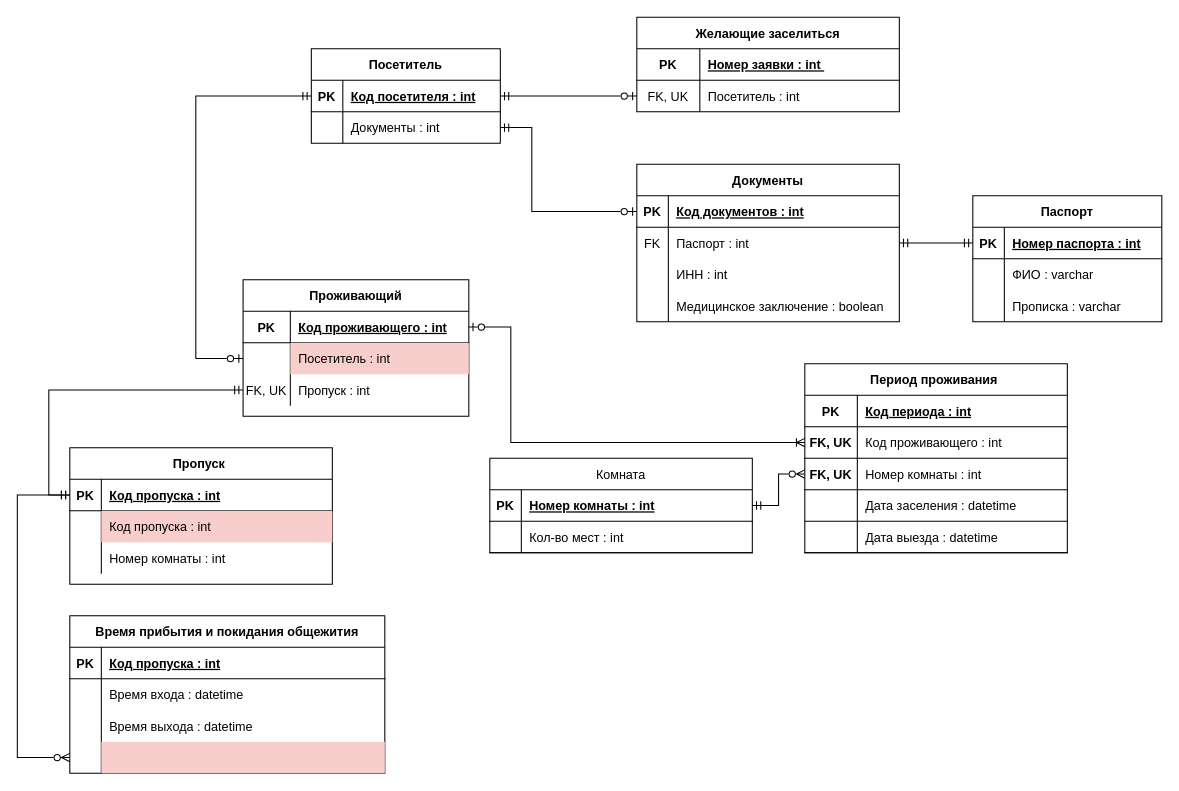
The draw.io diagram Diagrams/KPP ER.drawio in jsfrau/Zamay, before the edit. Source tidied: cells renumbered, new cells numbered last; positions are measured from the earlier drawing's top-left corner, leaving out a move shared by most shapes. Both pictures are drawn from the tidied source at 105%, with x=0, y=0 at pixel (17, 17).
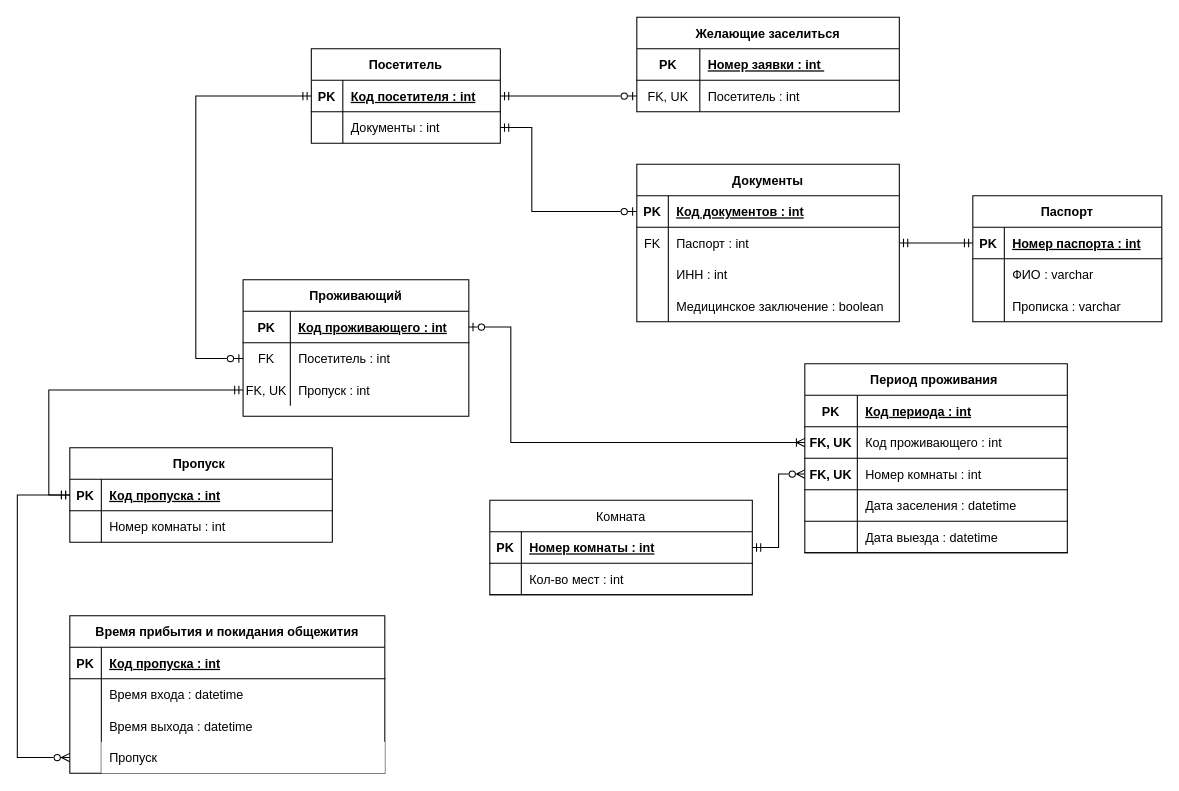
The same page after the edit.

Unchanged cells that the change refers to:
```xml
<mxCell id="36" style="shape=partialRectangle;fillColor=none;top=0;left=0;bottom=0;right=0;points=[[0,0.5],[1,0.5]];portConstraint=eastwest;" parent="26" vertex="1">
  <mxGeometry y="120" width="300" height="30" as="geometry" />
</mxCell>
<mxCell id="43" style="shape=partialRectangle;fillColor=none;top=0;left=0;bottom=0;right=0;points=[[0,0.5],[1,0.5]];portConstraint=eastwest;" parent="39" vertex="1">
  <mxGeometry y="60" width="215" height="30" as="geometry" />
</mxCell>
```

Diff of the diagram source:
```diff
@@
     <mxCell id="2" value="Комната" style="shape=table;startSize=30;childLayout=tableLayout;rowLines=0;fontStyle=0;align=center;" parent="1" vertex="1">
-      <mxGeometry x="450" y="420" width="250" height="90" as="geometry" />
+      <mxGeometry x="450" y="460" width="250" height="90" as="geometry" />
     </mxCell>
@@
     <mxCell id="16" value="Пропуск " style="shape=table;startSize=30;childLayout=tableLayout;rowLines=0;fontStyle=1;align=center;" parent="1" vertex="1">
-      <mxGeometry x="50" y="410" width="250" height="130" as="geometry" />
+      <mxGeometry x="50" y="410" width="250" height="90" as="geometry" />
     </mxCell>
@@
-    <mxCell id="20" style="shape=partialRectangle;fillColor=none;top=0;left=0;right=0;bottom=0;" parent="16" vertex="1">
-      <mxGeometry y="60" width="250" height="30" as="geometry" />
-    </mxCell>
-    <mxCell id="21" style="shape=partialRectangle;overflow=hidden;fillColor=none;top=0;left=0;bottom=0;right=0;" parent="20" vertex="1">
-      <mxGeometry width="30" height="30" as="geometry" />
-    </mxCell>
-    <mxCell id="22" value="Код пропуска : int" style="shape=partialRectangle;overflow=hidden;fillColor=#f8cecc;top=0;left=0;bottom=0;right=0;align=left;spacingLeft=6;strokeColor=#b85450;" parent="20" vertex="1">
-      <mxGeometry x="30" width="220" height="30" as="geometry" />
-    </mxCell>
     <mxCell id="23" style="shape=partialRectangle;fillColor=none;top=0;left=0;right=0;bottom=0;" parent="16" vertex="1">
-      <mxGeometry y="90" width="250" height="30" as="geometry" />
+      <mxGeometry y="60" width="250" height="30" as="geometry" />
     </mxCell>
@@
-    <mxCell id="38" style="shape=partialRectangle;fillColor=#f8cecc;top=0;left=0;bottom=0;right=0;align=left;spacingLeft=6;overflow=hidden;strokeColor=#b85450;" parent="36" vertex="1">
+    <mxCell id="38" value="Пропуск" style="shape=partialRectangle;fillColor=#FFFFFF;top=0;left=0;bottom=0;right=0;align=left;spacingLeft=6;overflow=hidden;strokeColor=#b85450;" parent="36" vertex="1">
       <mxGeometry x="30" width="270" height="30" as="geometry" />
     </mxCell>
@@
-    <mxCell id="44" style="shape=partialRectangle;fillColor=none;top=0;left=0;bottom=0;right=0;overflow=hidden;" parent="43" vertex="1">
+    <mxCell id="44" value="FK" style="shape=partialRectangle;fillColor=none;top=0;left=0;bottom=0;right=0;overflow=hidden;" parent="43" vertex="1">
       <mxGeometry width="45" height="30" as="geometry" />
     </mxCell>
-    <mxCell id="45" value="Посетитель : int" style="shape=partialRectangle;fillColor=#f8cecc;top=0;left=0;bottom=0;right=0;align=left;spacingLeft=6;overflow=hidden;strokeColor=#b85450;" parent="43" vertex="1">
+    <mxCell id="45" value="Посетитель : int" style="shape=partialRectangle;fillColor=none;top=0;left=0;bottom=0;right=0;align=left;spacingLeft=6;overflow=hidden;strokeColor=#b85450;" parent="43" vertex="1">
       <mxGeometry x="45" width="170" height="30" as="geometry" />
     </mxCell>
```
